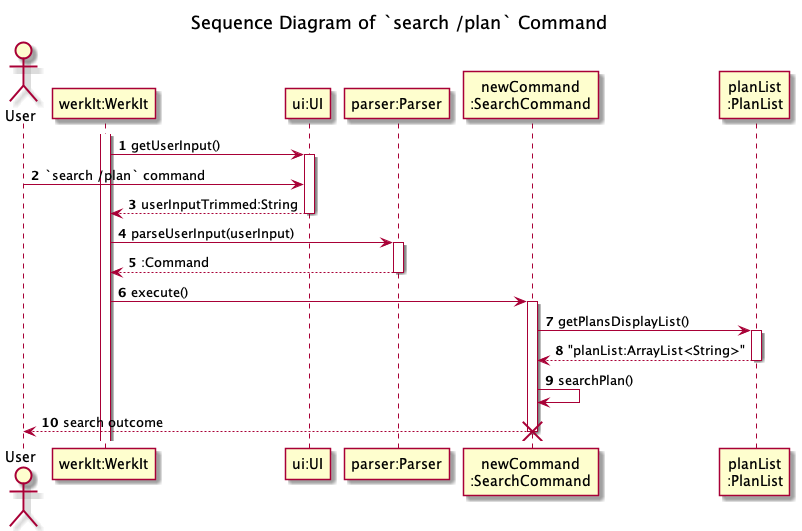
nus-cs2113-AY2122S2/tp keeps this PlantUML diagram as docs/uml/sequenceDiagrams/search/images/searchPlan.png. Above is the earlier version.
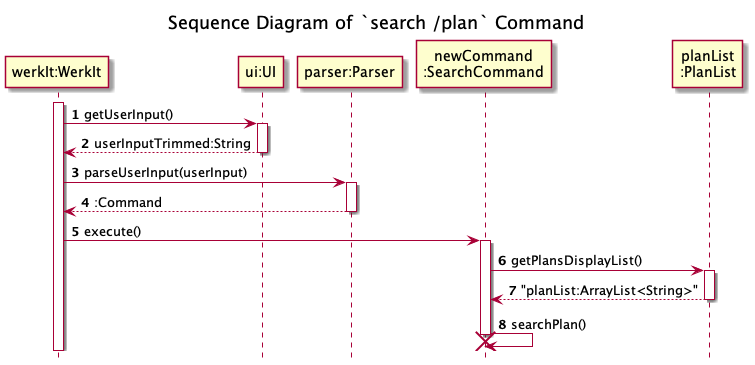
After the change.

What changed in the source:
```diff
@@ -1,11 +1,10 @@
 @startuml
-!include ../Style.puml
-
+!include ../../Style.puml
+hide footbox
 autonumber
 
 title Sequence Diagram of `search /plan` Command
 
-actor   User
 participant "werkIt:WerkIt" AS WerkIt
 participant "ui:UI" AS UI1
 participant "parser:Parser" AS Parser
@@ -15,7 +14,6 @@
 activate WerkIt
 WerkIt -> UI1 : getUserInput()
 activate UI1
-User -> UI1 : `search /plan` command
 WerkIt <-- UI1 : userInputTrimmed:String
 deactivate UI1
 
@@ -33,7 +31,6 @@
 deactivate PlanList
 
 newCommand -> newCommand : searchPlan()
-User <-- newCommand : search outcome
 
 deactivate newCommand
 
```
